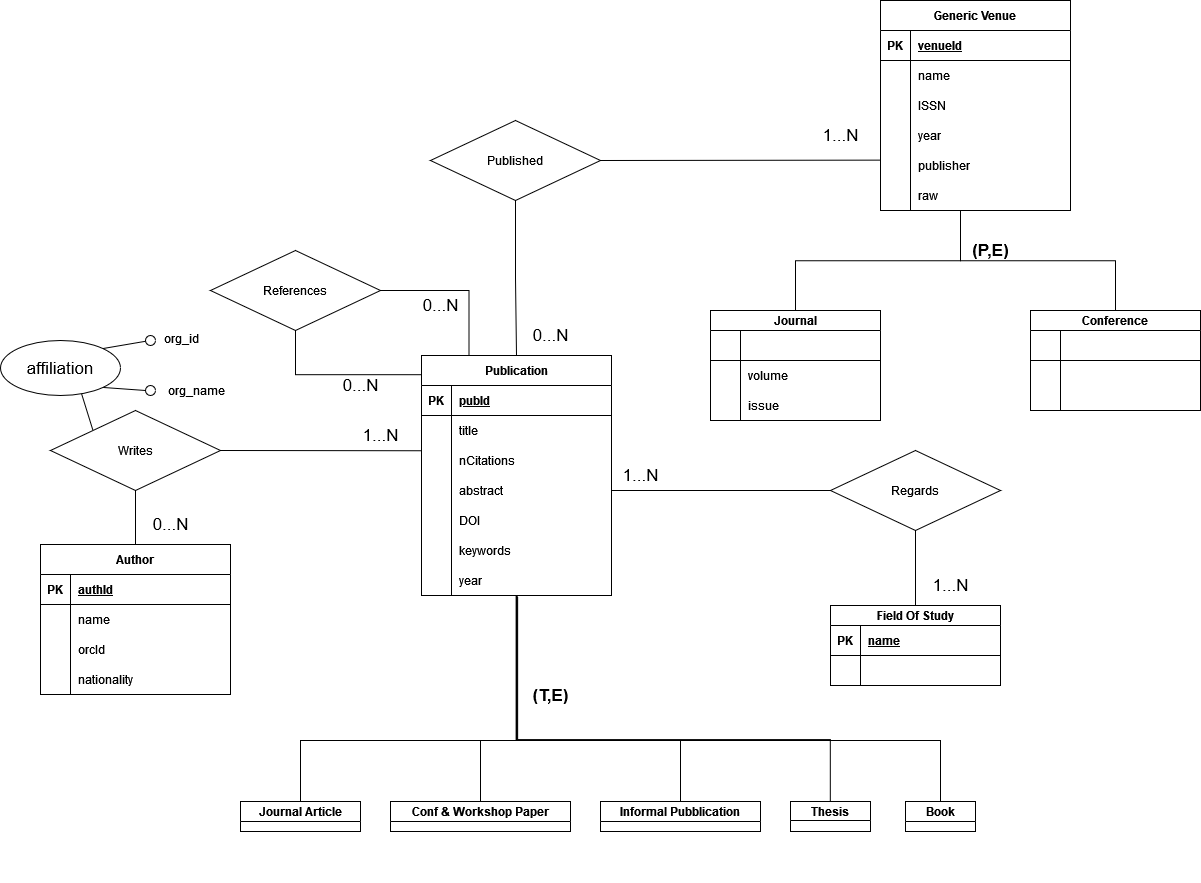
Earlier version of the draw.io export GraphDB/Images/ER.png (neekoo0/SMBUDproject22-23). Source tidied: cells renumbered, new cells last; positions are measured from the earlier drawing's top-left corner, leaving out a move shared by most shapes.
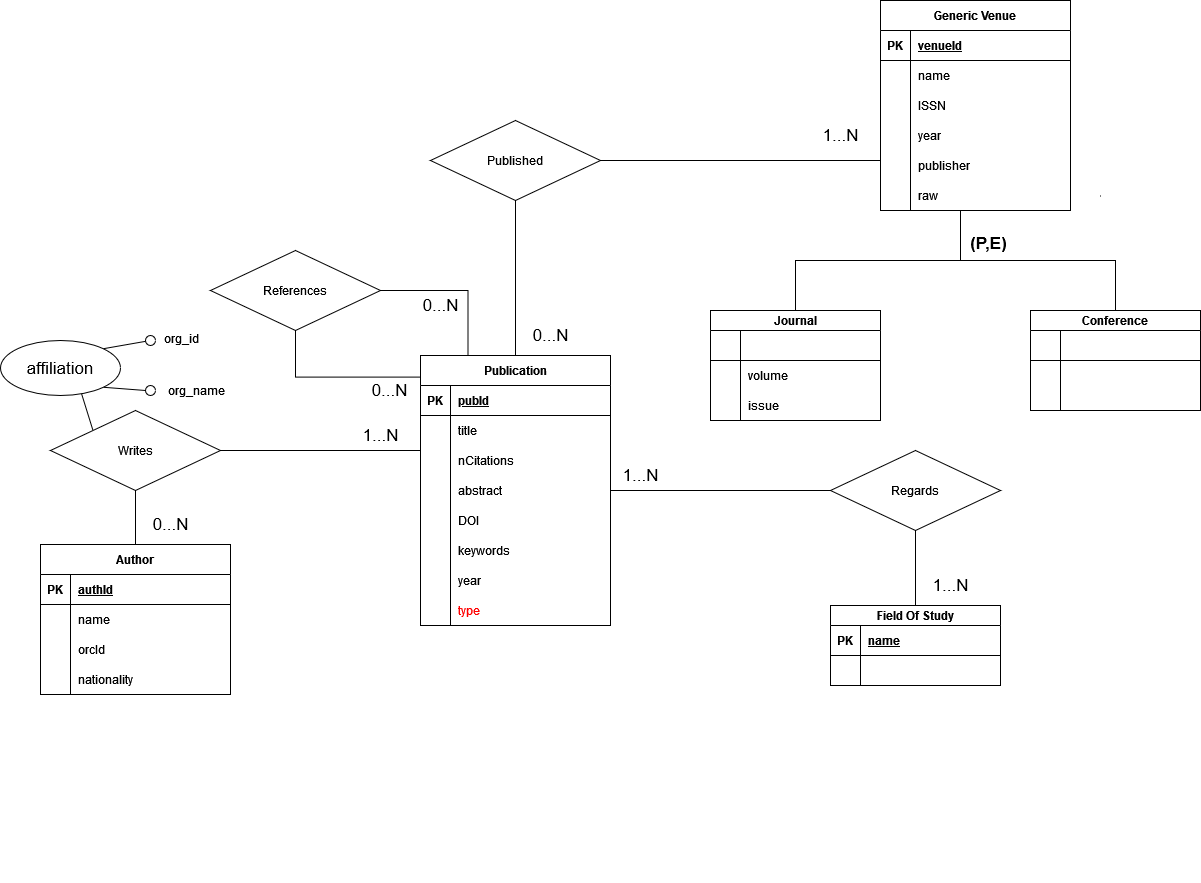
The same file after the commit.

Commit message:
graphdb er corrections

The edit, as a diff of the source:
```diff
@@ -75,7 +75,7 @@
       <mxGeometry x="30" width="160" height="30" as="geometry" />
     </mxCell>
     <mxCell id="26" value="Publication" style="shape=table;startSize=30;rowLines=0;fontStyle=1;align=center;" parent="1" vertex="1">
-      <mxGeometry x="421" y="355" width="190" height="240" as="geometry" />
+      <mxGeometry x="420" y="355" width="190" height="270" as="geometry" />
     </mxCell>
     <mxCell id="27" style="shape=partialRectangle;fillColor=none;top=0;left=0;right=0;bottom=1;" parent="26" vertex="1">
       <mxGeometry y="30" width="190" height="30" as="geometry" />
@@ -140,6 +140,15 @@
     <mxCell id="47" value="year" style="shape=partialRectangle;overflow=hidden;fillColor=none;top=0;left=0;bottom=0;right=0;align=left;spacingLeft=6;" parent="45" vertex="1">
       <mxGeometry x="30" width="160" height="30" as="geometry" />
     </mxCell>
+    <mxCell id="133" style="shape=partialRectangle;fillColor=none;top=0;left=0;right=0;bottom=0;" parent="26" vertex="1">
+      <mxGeometry y="240" width="190" height="30" as="geometry" />
+    </mxCell>
+    <mxCell id="134" style="shape=partialRectangle;overflow=hidden;fillColor=none;top=0;left=0;bottom=0;right=0;" parent="133" vertex="1">
+      <mxGeometry width="30" height="30" as="geometry" />
+    </mxCell>
+    <mxCell id="135" value="type" style="shape=partialRectangle;overflow=hidden;fillColor=none;top=0;left=0;bottom=0;right=0;align=left;spacingLeft=6;fontColor=#FF0000;" parent="133" vertex="1">
+      <mxGeometry x="30" width="160" height="30" as="geometry" />
+    </mxCell>
     <mxCell id="48" style="edgeStyle=elbowEdgeStyle;rounded=0;jettySize=auto;elbow=vertical;html=1;exitX=0.5;exitY=1;exitDx=0;exitDy=0;entryX=0.5;entryY=0;entryDx=0;entryDy=0;startArrow=none;startFill=0;endArrow=none;endFill=0;" parent="1" edge="1" source="50" target="2">
       <mxGeometry relative="1" as="geometry" />
     </mxCell>
@@ -162,7 +171,7 @@
       <mxGeometry x="410" y="290" width="60" height="30" as="geometry" />
     </mxCell>
     <mxCell id="55" value="0...N" style="text;html=1;align=center;verticalAlign=middle;strokeColor=none;fillColor=none;fontSize=17;" parent="1" vertex="1">
-      <mxGeometry x="330" y="370" width="60" height="30" as="geometry" />
+      <mxGeometry x="359" y="375" width="60" height="30" as="geometry" />
     </mxCell>
     <mxCell id="56" style="edgeStyle=elbowEdgeStyle;rounded=0;jettySize=auto;elbow=vertical;html=1;exitX=0.5;exitY=1;exitDx=0;exitDy=0;startArrow=none;startFill=0;endArrow=none;endFill=0;" parent="1" edge="1" source="58" target="26">
       <mxGeometry relative="1" as="geometry" />
@@ -255,71 +264,11 @@
       <mxGeometry x="1030" y="360" width="30" height="30" as="geometry" />
     </mxCell>
     <mxCell id="84" value="&lt;font style=&quot;font-size: 17px;&quot;&gt;&lt;b&gt;(P,E)&lt;/b&gt;&lt;/font&gt;" style="text;html=1;align=center;verticalAlign=middle;strokeColor=none;fillColor=none;" parent="1" vertex="1">
-      <mxGeometry x="960" y="235" width="60" height="30" as="geometry" />
+      <mxGeometry x="958" y="228" width="60" height="30" as="geometry" />
     </mxCell>
-    <mxCell id="85" style="edgeStyle=elbowEdgeStyle;rounded=0;jettySize=auto;elbow=vertical;html=1;exitX=0.5;exitY=0;exitDx=0;exitDy=0;entryX=0.498;entryY=0.991;entryDx=0;entryDy=0;entryPerimeter=0;startArrow=none;startFill=0;endArrow=none;endFill=0;" parent="1" edge="1" source="86" target="45">
-      <mxGeometry relative="1" as="geometry">
-        <Array as="points">
-          <mxPoint x="360" y="740" />
-          <mxPoint x="320" y="740" />
-          <mxPoint x="340" y="740" />
-          <mxPoint x="390" y="740" />
-        </Array>
-      </mxGeometry>
-    </mxCell>
-    <mxCell id="86" value="Journal Article" style="shape=table;startSize=20;rowLines=0;fontStyle=1;align=center;" parent="1" vertex="1" collapsed="1">
-      <mxGeometry x="240" y="801" width="120" height="30" as="geometry" />
-    </mxCell>
-    <mxCell id="87" style="edgeStyle=elbowEdgeStyle;rounded=0;jettySize=auto;elbow=vertical;html=1;exitX=0.5;exitY=0;exitDx=0;exitDy=0;entryX=0.5;entryY=0.995;entryDx=0;entryDy=0;entryPerimeter=0;startArrow=none;startFill=0;endArrow=none;endFill=0;" parent="1" edge="1" source="88" target="45">
-      <mxGeometry relative="1" as="geometry">
-        <Array as="points">
-          <mxPoint x="500" y="740" />
-        </Array>
-      </mxGeometry>
-    </mxCell>
-    <mxCell id="88" value="Conf &amp; Workshop Paper" style="shape=table;startSize=20;rowLines=0;fontStyle=1;align=center;" parent="1" vertex="1" collapsed="1">
-      <mxGeometry x="390" y="801" width="180" height="30" as="geometry" />
-    </mxCell>
-    <mxCell id="89" style="edgeStyle=elbowEdgeStyle;rounded=0;jettySize=auto;elbow=vertical;html=1;exitX=0.5;exitY=0;exitDx=0;exitDy=0;entryX=0.503;entryY=1.01;entryDx=0;entryDy=0;entryPerimeter=0;startArrow=none;startFill=0;endArrow=none;endFill=0;" parent="1" edge="1" source="90" target="45">
-      <mxGeometry relative="1" as="geometry">
-        <Array as="points">
-          <mxPoint x="600" y="740" />
-        </Array>
-      </mxGeometry>
-    </mxCell>
-    <mxCell id="90" value="Informal Pubblication" style="shape=table;startSize=20;rowLines=0;fontStyle=1;align=center;" parent="1" vertex="1" collapsed="1">
-      <mxGeometry x="600" y="801" width="160" height="30" as="geometry" />
-    </mxCell>
-    <mxCell id="91" style="edgeStyle=elbowEdgeStyle;rounded=0;jettySize=auto;elbow=vertical;html=1;exitX=0.5;exitY=0;exitDx=0;exitDy=0;entryX=0.506;entryY=1.048;entryDx=0;entryDy=0;entryPerimeter=0;startArrow=none;startFill=0;endArrow=none;endFill=0;" parent="1" edge="1" target="45">
-      <mxGeometry relative="1" as="geometry">
-        <mxPoint x="829.8" y="801.1" as="sourcePoint" />
-        <Array as="points">
-          <mxPoint x="644.8" y="739.1" />
-        </Array>
-      </mxGeometry>
-    </mxCell>
-    <mxCell id="92" value="Thesis" style="shape=table;startSize=19;rowLines=0;fontStyle=1;align=center;" parent="1" vertex="1" collapsed="1">
-      <mxGeometry x="790" y="801" width="80" height="30" as="geometry" />
-    </mxCell>
-    <mxCell id="93" style="edgeStyle=elbowEdgeStyle;rounded=0;jettySize=auto;elbow=vertical;html=1;exitX=0.5;exitY=0;exitDx=0;exitDy=0;entryX=0.502;entryY=0.998;entryDx=0;entryDy=0;entryPerimeter=0;startArrow=none;startFill=0;endArrow=none;endFill=0;" parent="1" edge="1" source="94" target="45">
-      <mxGeometry relative="1" as="geometry">
-        <Array as="points">
-          <mxPoint x="810" y="740" />
-        </Array>
-      </mxGeometry>
-    </mxCell>
-    <mxCell id="94" value="Book" style="shape=table;startSize=20;rowLines=0;fontStyle=1;align=center;" parent="1" vertex="1" collapsed="1">
-      <mxGeometry x="905" y="801" width="70" height="30" as="geometry" />
-    </mxCell>
     <mxCell id="95" style="shape=partialRectangle;overflow=hidden;fillColor=none;top=0;left=0;bottom=0;right=0;align=left;spacingLeft=6;" parent="1" vertex="1">
       <mxGeometry x="1060" y="852" width="140" height="30" as="geometry" />
     </mxCell>
-    <mxCell id="96" style="shape=partialRectangle;overflow=hidden;fillColor=none;top=0;left=0;bottom=0;right=0;" parent="1" vertex="1">
-      <mxGeometry x="1030" y="852" width="30" height="30" as="geometry" />
-    </mxCell>
-    <mxCell id="97" value="&lt;font style=&quot;font-size: 17px;&quot;&gt;&lt;b&gt;(T,E)&lt;/b&gt;&lt;/font&gt;" style="text;html=1;align=center;verticalAlign=middle;strokeColor=none;fillColor=none;" parent="1" vertex="1">
-      <mxGeometry x="520" y="680" width="60" height="30" as="geometry" />
-    </mxCell>
     <mxCell id="98" value="1...N" style="text;html=1;align=center;verticalAlign=middle;strokeColor=none;fillColor=none;fontSize=17;" parent="1" vertex="1">
       <mxGeometry x="920" y="570" width="60" height="30" as="geometry" />
     </mxCell>
```
